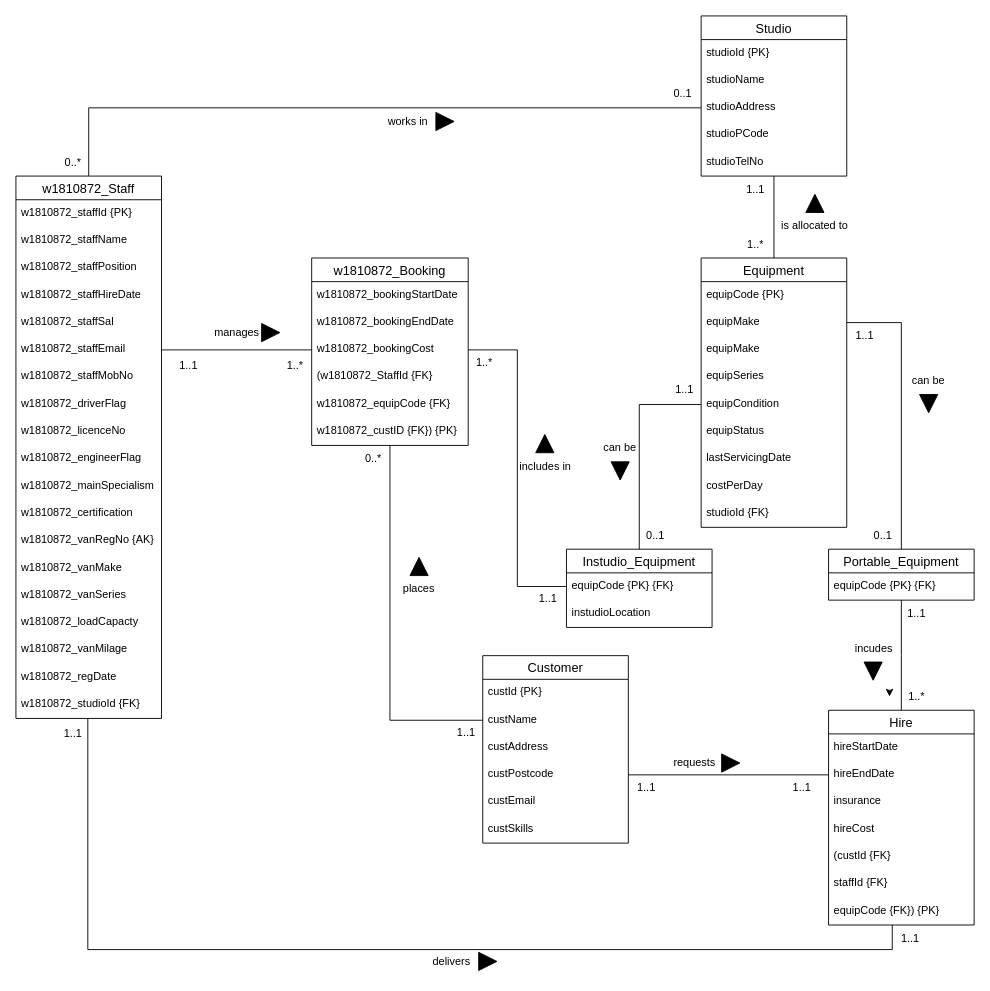
Before: Part B/Part_B.drawio in ChitharaKarunasekera/DatabaseSystemsCoursework, a draw.io diagram. Source tidied: cells renumbered, new cells numbered last; positions are measured from the earlier drawing's top-left corner, leaving out a move shared by most shapes. Both pictures are drawn from the tidied source at 91%, with x=0, y=0 at pixel (15, 15).
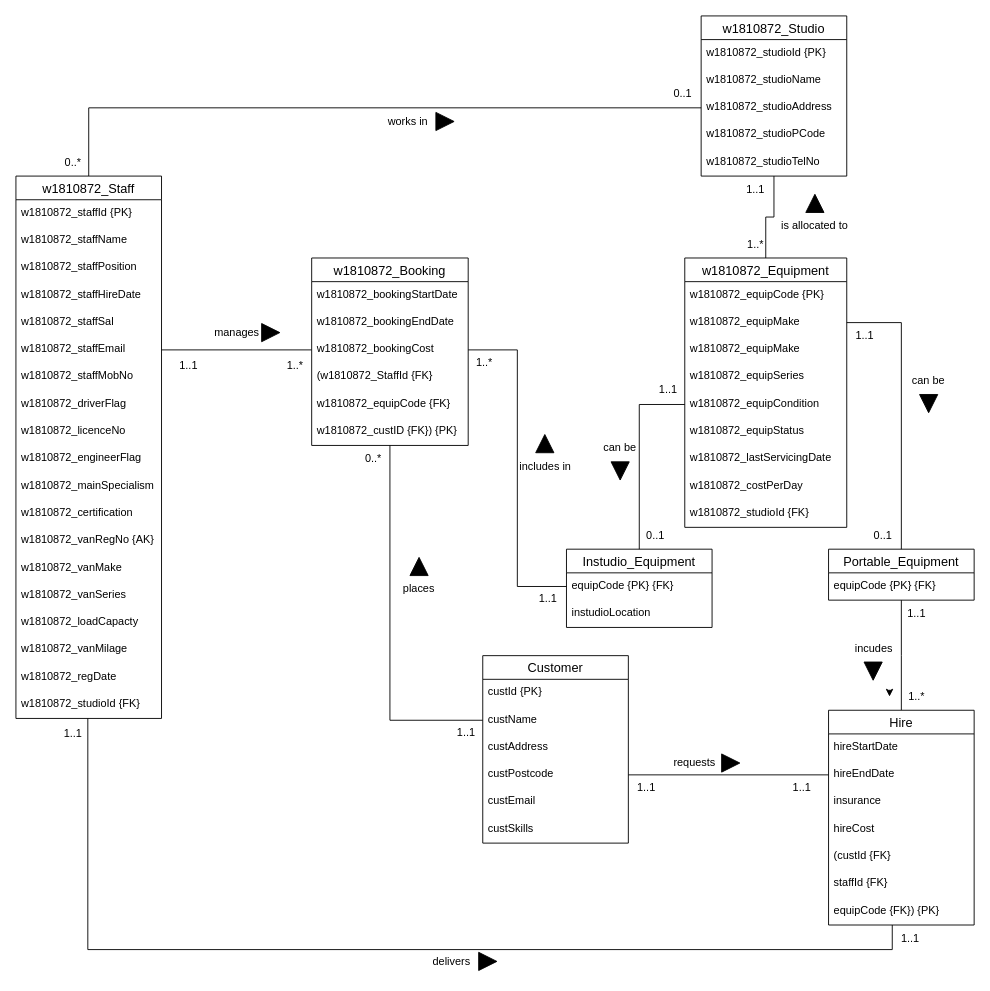
The same diagram, later.

Commit message:
Equip enity

What changed in the source:
```diff
@@
-    <mxCell id="24" value="Equipment" style="swimlane;fontStyle=0;horizontal=1;startSize=26;align=center;fontSize=14;fontColor=#000000;" parent="1" vertex="1">
-      <mxGeometry x="753" y="266" width="160" height="296" as="geometry" />
+    <mxCell id="24" value="w1810872_Equipment" style="swimlane;fontStyle=0;horizontal=1;startSize=26;align=center;fontSize=14;fontColor=#000000;" parent="1" vertex="1">
+      <mxGeometry x="735" y="266" width="178" height="296" as="geometry" />
     </mxCell>
-    <mxCell id="25" value="equipCode {PK}" style="text;strokeColor=none;fillColor=none;spacingLeft=4;spacingRight=4;overflow=hidden;fontSize=12;fontColor=#000000;" parent="24" vertex="1">
-      <mxGeometry y="26" width="160" height="30" as="geometry" />
+    <mxCell id="25" value="w1810872_equipCode {PK}" style="text;strokeColor=none;fillColor=none;spacingLeft=4;spacingRight=4;overflow=hidden;fontSize=12;fontColor=#000000;" parent="24" vertex="1">
+      <mxGeometry y="26" width="178" height="30" as="geometry" />
     </mxCell>
-    <mxCell id="26" value="equipMake" style="text;strokeColor=none;fillColor=none;spacingLeft=4;spacingRight=4;overflow=hidden;points=[[0,0.5],[1,0.5]];portConstraint=eastwest;fontSize=12;fontColor=#000000;" parent="24" vertex="1">
-      <mxGeometry y="56" width="160" height="30" as="geometry" />
+    <mxCell id="26" value="w1810872_equipMake" style="text;strokeColor=none;fillColor=none;spacingLeft=4;spacingRight=4;overflow=hidden;points=[[0,0.5],[1,0.5]];portConstraint=eastwest;fontSize=12;fontColor=#000000;" parent="24" vertex="1">
+      <mxGeometry y="56" width="178" height="30" as="geometry" />
     </mxCell>
-    <mxCell id="27" value="equipMake" style="text;strokeColor=none;fillColor=none;spacingLeft=4;spacingRight=4;overflow=hidden;fontSize=12;fontColor=#000000;" parent="24" vertex="1">
-      <mxGeometry y="86" width="160" height="30" as="geometry" />
+    <mxCell id="27" value="w1810872_equipMake" style="text;strokeColor=none;fillColor=none;spacingLeft=4;spacingRight=4;overflow=hidden;fontSize=12;fontColor=#000000;" parent="24" vertex="1">
+      <mxGeometry y="86" width="178" height="30" as="geometry" />
     </mxCell>
-    <mxCell id="28" value="equipSeries " style="text;strokeColor=none;fillColor=none;spacingLeft=4;spacingRight=4;overflow=hidden;fontSize=12;fontColor=#000000;" parent="24" vertex="1">
-      <mxGeometry y="116" width="160" height="30" as="geometry" />
+    <mxCell id="28" value="w1810872_equipSeries " style="text;strokeColor=none;fillColor=none;spacingLeft=4;spacingRight=4;overflow=hidden;fontSize=12;fontColor=#000000;" parent="24" vertex="1">
+      <mxGeometry y="116" width="178" height="30" as="geometry" />
     </mxCell>
-    <mxCell id="29" value="equipCondition" style="text;strokeColor=none;fillColor=none;spacingLeft=4;spacingRight=4;overflow=hidden;points=[[0,0.5],[1,0.5]];portConstraint=eastwest;fontSize=12;fontColor=#000000;" parent="24" vertex="1">
-      <mxGeometry y="146" width="160" height="30" as="geometry" />
+    <mxCell id="29" value="w1810872_equipCondition" style="text;strokeColor=none;fillColor=none;spacingLeft=4;spacingRight=4;overflow=hidden;points=[[0,0.5],[1,0.5]];portConstraint=eastwest;fontSize=12;fontColor=#000000;" parent="24" vertex="1">
+      <mxGeometry y="146" width="178" height="30" as="geometry" />
     </mxCell>
-    <mxCell id="30" value="equipStatus" style="text;strokeColor=none;fillColor=none;spacingLeft=4;spacingRight=4;overflow=hidden;fontSize=12;fontColor=#000000;" parent="24" vertex="1">
-      <mxGeometry y="176" width="160" height="30" as="geometry" />
+    <mxCell id="30" value="w1810872_equipStatus" style="text;strokeColor=none;fillColor=none;spacingLeft=4;spacingRight=4;overflow=hidden;fontSize=12;fontColor=#000000;" parent="24" vertex="1">
+      <mxGeometry y="176" width="178" height="30" as="geometry" />
     </mxCell>
-    <mxCell id="31" value="lastServicingDate" style="text;strokeColor=none;fillColor=none;spacingLeft=4;spacingRight=4;overflow=hidden;fontSize=12;fontColor=#000000;" parent="24" vertex="1">
-      <mxGeometry y="206" width="160" height="30" as="geometry" />
+    <mxCell id="31" value="w1810872_lastServicingDate" style="text;strokeColor=none;fillColor=none;spacingLeft=4;spacingRight=4;overflow=hidden;fontSize=12;fontColor=#000000;" parent="24" vertex="1">
+      <mxGeometry y="206" width="178" height="30" as="geometry" />
     </mxCell>
-    <mxCell id="32" value="costPerDay" style="text;strokeColor=none;fillColor=none;spacingLeft=4;spacingRight=4;overflow=hidden;fontSize=12;fontColor=#000000;" parent="24" vertex="1">
-      <mxGeometry y="236" width="160" height="30" as="geometry" />
+    <mxCell id="32" value="w1810872_costPerDay" style="text;strokeColor=none;fillColor=none;spacingLeft=4;spacingRight=4;overflow=hidden;fontSize=12;fontColor=#000000;" parent="24" vertex="1">
+      <mxGeometry y="236" width="178" height="30" as="geometry" />
     </mxCell>
-    <mxCell id="33" value="studioId {FK}" style="text;strokeColor=none;fillColor=none;spacingLeft=4;spacingRight=4;overflow=hidden;fontSize=12;fontColor=#000000;" parent="24" vertex="1">
-      <mxGeometry y="266" width="160" height="30" as="geometry" />
+    <mxCell id="33" value="w1810872_studioId {FK}" style="text;strokeColor=none;fillColor=none;spacingLeft=4;spacingRight=4;overflow=hidden;fontSize=12;fontColor=#000000;" parent="24" vertex="1">
+      <mxGeometry y="266" width="178" height="30" as="geometry" />
     </mxCell>
@@
     <mxCell id="43" value="1..1" style="text;html=1;strokeColor=none;fillColor=none;align=center;verticalAlign=middle;whiteSpace=wrap;rounded=0;fontColor=#000000;" parent="1" vertex="1">
-      <mxGeometry x="705" y="396" width="60" height="30" as="geometry" />
+      <mxGeometry x="687" y="396" width="60" height="30" as="geometry" />
     </mxCell>
@@
-    <mxCell id="100" value="Studio" style="swimlane;fontStyle=0;horizontal=1;startSize=26;align=center;fontSize=14;fontColor=#000000;" parent="1" vertex="1">
+    <mxCell id="100" value="w1810872_Studio" style="swimlane;fontStyle=0;horizontal=1;startSize=26;align=center;fontSize=14;fontColor=#000000;" parent="1" vertex="1">
       <mxGeometry x="753" width="160" height="176" as="geometry" />
     </mxCell>
-    <mxCell id="101" value="studioId {PK}" style="text;strokeColor=none;fillColor=none;spacingLeft=4;spacingRight=4;overflow=hidden;fontSize=12;fontColor=#000000;" parent="100" vertex="1">
+    <mxCell id="101" value="w1810872_studioId {PK}" style="text;strokeColor=none;fillColor=none;spacingLeft=4;spacingRight=4;overflow=hidden;fontSize=12;fontColor=#000000;" parent="100" vertex="1">
       <mxGeometry y="26" width="160" height="30" as="geometry" />
     </mxCell>
-    <mxCell id="102" value="studioName" style="text;strokeColor=none;fillColor=none;spacingLeft=4;spacingRight=4;overflow=hidden;fontSize=12;fontColor=#000000;" parent="100" vertex="1">
+    <mxCell id="102" value="w1810872_studioName" style="text;strokeColor=none;fillColor=none;spacingLeft=4;spacingRight=4;overflow=hidden;fontSize=12;fontColor=#000000;" parent="100" vertex="1">
       <mxGeometry y="56" width="160" height="30" as="geometry" />
     </mxCell>
-    <mxCell id="103" value="studioAddress" style="text;strokeColor=none;fillColor=none;spacingLeft=4;spacingRight=4;overflow=hidden;points=[[0,0.5],[1,0.5]];portConstraint=eastwest;fontSize=12;fontColor=#000000;" parent="100" vertex="1">
+    <mxCell id="103" value="w1810872_studioAddress" style="text;strokeColor=none;fillColor=none;spacingLeft=4;spacingRight=4;overflow=hidden;points=[[0,0.5],[1,0.5]];portConstraint=eastwest;fontSize=12;fontColor=#000000;" parent="100" vertex="1">
       <mxGeometry y="86" width="160" height="30" as="geometry" />
     </mxCell>
-    <mxCell id="104" value="studioPCode" style="text;strokeColor=none;fillColor=none;spacingLeft=4;spacingRight=4;overflow=hidden;fontSize=12;fontColor=#000000;" parent="100" vertex="1">
+    <mxCell id="104" value="w1810872_studioPCode" style="text;strokeColor=none;fillColor=none;spacingLeft=4;spacingRight=4;overflow=hidden;fontSize=12;fontColor=#000000;" parent="100" vertex="1">
       <mxGeometry y="116" width="160" height="30" as="geometry" />
     </mxCell>
-    <mxCell id="105" value="studioTelNo" style="text;strokeColor=none;fillColor=none;spacingLeft=4;spacingRight=4;overflow=hidden;fontSize=12;fontColor=#000000;" parent="100" vertex="1">
+    <mxCell id="105" value="w1810872_studioTelNo" style="text;strokeColor=none;fillColor=none;spacingLeft=4;spacingRight=4;overflow=hidden;fontSize=12;fontColor=#000000;" parent="100" vertex="1">
       <mxGeometry y="146" width="160" height="30" as="geometry" />
     </mxCell>
```
